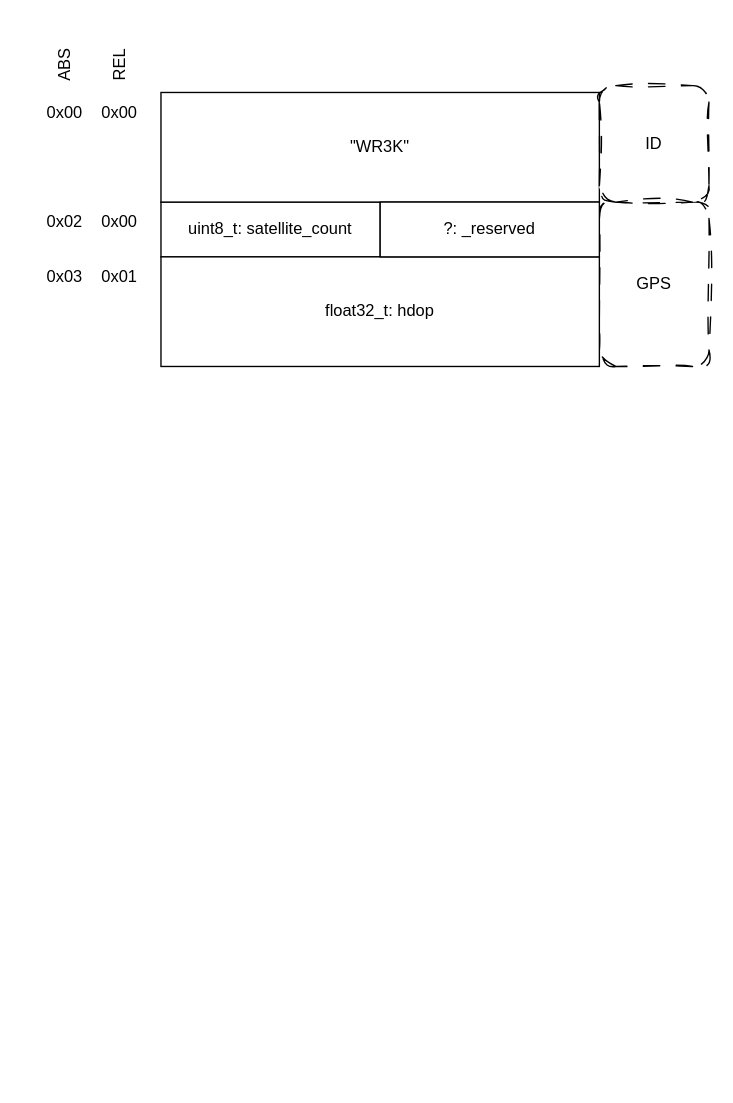
The draw.io diagram AUTO-A113/Ruptures/warc/rig_3000/schemes/modbus_registers.drawio in HoratiuMip/Ad-astra.Made.Not-said, before the edit. Source tidied: cells renumbered, new cells numbered last; positions are measured from the earlier drawing's top-left corner, leaving out a move shared by most shapes. Both pictures are drawn from the tidied source at 137%, with x=0, y=0 at pixel (23, 44).
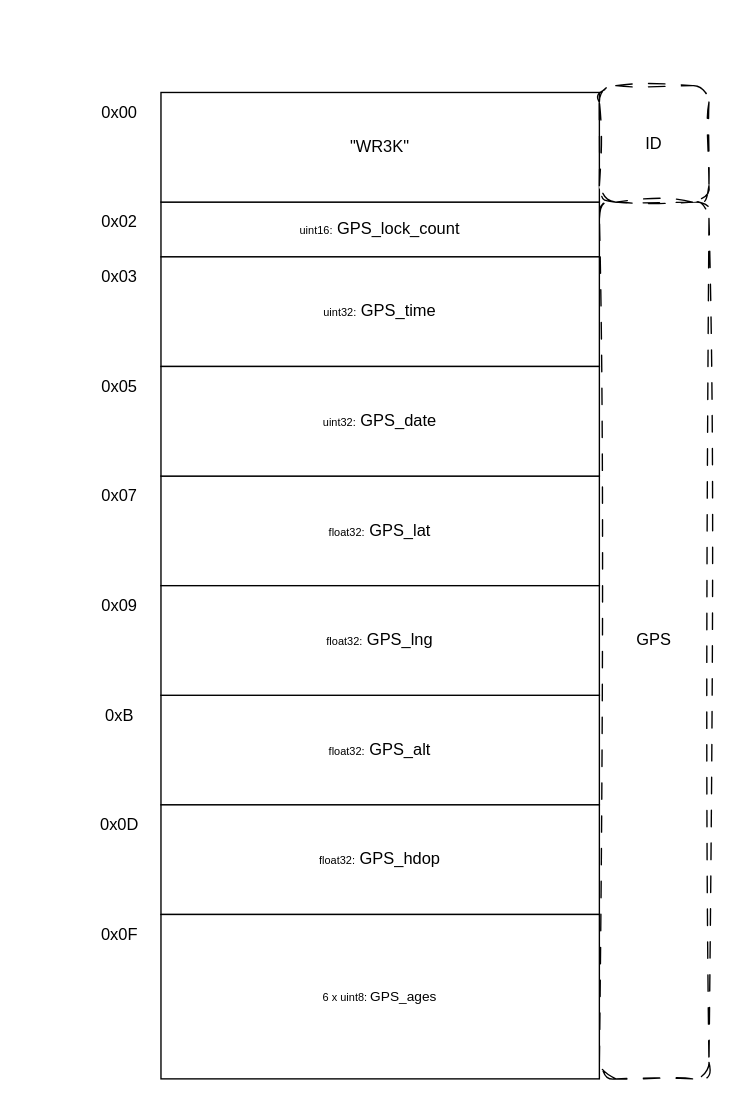
The same page after the edit.

Diff of the diagram source:
```diff
@@
     <mxCell id="2" value="GPS" style="rounded=1;whiteSpace=wrap;html=1;sketch=1;curveFitting=1;jiggle=2;dashed=1;dashPattern=12 12;" parent="1" vertex="1">
-      <mxGeometry x="420" y="115" width="80" height="120" as="geometry" />
+      <mxGeometry x="420" y="115" width="80" height="640" as="geometry" />
     </mxCell>
-    <mxCell id="3" value="uint8_t: satellite_count" style="rounded=0;whiteSpace=wrap;html=1;" parent="1" vertex="1">
-      <mxGeometry x="100" y="115" width="160" height="40" as="geometry" />
+    <mxCell id="3" value="&lt;font style=&quot;font-size: 8px;&quot;&gt;uint16:&lt;/font&gt;&amp;nbsp;GPS_lock_count" style="rounded=0;whiteSpace=wrap;html=1;" parent="1" vertex="1">
+      <mxGeometry x="100" y="115" width="320" height="40" as="geometry" />
     </mxCell>
-    <mxCell id="4" value="float32_t: hdop" style="rounded=0;whiteSpace=wrap;html=1;" parent="1" vertex="1">
-      <mxGeometry x="100" y="155" width="320" height="80" as="geometry" />
+    <mxCell id="4" value="&lt;font style=&quot;font-size: 8px;&quot;&gt;float32:&lt;/font&gt; GPS_alt" style="rounded=0;whiteSpace=wrap;html=1;" parent="1" vertex="1">
+      <mxGeometry x="100" y="475" width="320" height="80" as="geometry" />
     </mxCell>
     <mxCell id="5" value="0x00" style="text;html=1;whiteSpace=wrap;strokeColor=none;fillColor=none;align=center;verticalAlign=middle;rounded=0;" parent="1" vertex="1">
-      <mxGeometry y="35" width="60" height="30" as="geometry" />
+      <mxGeometry x="40" y="35" width="60" height="30" as="geometry" />
     </mxCell>
-    <mxCell id="6" value="0x00" style="text;html=1;whiteSpace=wrap;strokeColor=none;fillColor=none;align=center;verticalAlign=middle;rounded=0;" parent="1" vertex="1">
-      <mxGeometry x="40" y="35" width="60" height="30" as="geometry" />
-    </mxCell>
-    <mxCell id="7" value="ABS" style="text;html=1;whiteSpace=wrap;strokeColor=none;fillColor=none;align=center;verticalAlign=middle;rounded=0;rotation=270;" parent="1" vertex="1">
-      <mxGeometry width="60" height="30" as="geometry" />
-    </mxCell>
-    <mxCell id="8" value="REL" style="text;html=1;whiteSpace=wrap;strokeColor=none;fillColor=none;align=center;verticalAlign=middle;rounded=0;rotation=270;" parent="1" vertex="1">
-      <mxGeometry x="40" width="60" height="30" as="geometry" />
-    </mxCell>
@@
     <mxCell id="11" value="0x02" style="text;html=1;whiteSpace=wrap;strokeColor=none;fillColor=none;align=center;verticalAlign=middle;rounded=0;" parent="1" vertex="1">
-      <mxGeometry y="115" width="60" height="30" as="geometry" />
+      <mxGeometry x="40" y="115" width="60" height="30" as="geometry" />
     </mxCell>
-    <mxCell id="12" value="0x00" style="text;html=1;whiteSpace=wrap;strokeColor=none;fillColor=none;align=center;verticalAlign=middle;rounded=0;" parent="1" vertex="1">
-      <mxGeometry x="40" y="115" width="60" height="30" as="geometry" />
-    </mxCell>
-    <mxCell id="13" value="?: _reserved" style="rounded=0;whiteSpace=wrap;html=1;" parent="1" vertex="1">
-      <mxGeometry x="260" y="115" width="160" height="40" as="geometry" />
-    </mxCell>
     <mxCell id="14" value="0x03" style="text;html=1;whiteSpace=wrap;strokeColor=none;fillColor=none;align=center;verticalAlign=middle;rounded=0;" parent="1" vertex="1">
-      <mxGeometry y="155" width="60" height="30" as="geometry" />
+      <mxGeometry x="40" y="155" width="60" height="30" as="geometry" />
     </mxCell>
-    <mxCell id="15" value="0x01" style="text;html=1;whiteSpace=wrap;strokeColor=none;fillColor=none;align=center;verticalAlign=middle;rounded=0;" parent="1" vertex="1">
-      <mxGeometry x="40" y="155" width="60" height="30" as="geometry" />
-    </mxCell>
+    <mxCell id="16" value="&lt;font style=&quot;font-size: 8px;&quot;&gt;uint32:&lt;/font&gt; GPS_time" style="rounded=0;whiteSpace=wrap;html=1;" parent="1" vertex="1">
+      <mxGeometry x="100" y="155" width="320" height="80" as="geometry" />
+    </mxCell>
+    <mxCell id="17" value="0x05" style="text;html=1;whiteSpace=wrap;strokeColor=none;fillColor=none;align=center;verticalAlign=middle;rounded=0;" parent="1" vertex="1">
+      <mxGeometry x="40" y="235" width="60" height="30" as="geometry" />
+    </mxCell>
+    <mxCell id="18" value="&lt;font style=&quot;font-size: 8px;&quot;&gt;float32:&lt;/font&gt; GPS_lat" style="rounded=0;whiteSpace=wrap;html=1;" parent="1" vertex="1">
+      <mxGeometry x="100" y="315" width="320" height="80" as="geometry" />
+    </mxCell>
+    <mxCell id="19" value="&lt;font style=&quot;font-size: 8px;&quot;&gt;float32:&lt;/font&gt; GPS_lng" style="rounded=0;whiteSpace=wrap;html=1;" parent="1" vertex="1">
+      <mxGeometry x="100" y="395" width="320" height="80" as="geometry" />
+    </mxCell>
+    <mxCell id="20" value="&lt;font style=&quot;font-size: 8px;&quot;&gt;float32:&lt;/font&gt; GPS_hdop" style="rounded=0;whiteSpace=wrap;html=1;" parent="1" vertex="1">
+      <mxGeometry x="100" y="555" width="320" height="80" as="geometry" />
+    </mxCell>
+    <mxCell id="21" value="&lt;font style=&quot;font-size: 8px;&quot;&gt;uint32:&lt;/font&gt; GPS_date" style="rounded=0;whiteSpace=wrap;html=1;" parent="1" vertex="1">
+      <mxGeometry x="100" y="235" width="320" height="80" as="geometry" />
+    </mxCell>
+    <mxCell id="22" value="0x07" style="text;html=1;whiteSpace=wrap;strokeColor=none;fillColor=none;align=center;verticalAlign=middle;rounded=0;" parent="1" vertex="1">
+      <mxGeometry x="40" y="315" width="60" height="30" as="geometry" />
+    </mxCell>
+    <mxCell id="23" value="0x09" style="text;html=1;whiteSpace=wrap;strokeColor=none;fillColor=none;align=center;verticalAlign=middle;rounded=0;" parent="1" vertex="1">
+      <mxGeometry x="40" y="395" width="60" height="30" as="geometry" />
+    </mxCell>
+    <mxCell id="24" value="0xB" style="text;html=1;whiteSpace=wrap;strokeColor=none;fillColor=none;align=center;verticalAlign=middle;rounded=0;" parent="1" vertex="1">
+      <mxGeometry x="40" y="475" width="60" height="30" as="geometry" />
+    </mxCell>
+    <mxCell id="25" value="0x0D" style="text;html=1;whiteSpace=wrap;strokeColor=none;fillColor=none;align=center;verticalAlign=middle;rounded=0;" parent="1" vertex="1">
+      <mxGeometry x="40" y="555" width="60" height="30" as="geometry" />
+    </mxCell>
+    <mxCell id="26" value="&lt;span style=&quot;font-size: 8px;&quot;&gt;6 x uint8: &lt;/span&gt;&lt;font size=&quot;1&quot;&gt;GPS_ages&lt;/font&gt;" style="rounded=0;whiteSpace=wrap;html=1;" parent="1" vertex="1">
+      <mxGeometry x="100" y="635" width="320" height="120" as="geometry" />
+    </mxCell>
+    <mxCell id="27" value="0x0F" style="text;html=1;whiteSpace=wrap;strokeColor=none;fillColor=none;align=center;verticalAlign=middle;rounded=0;" parent="1" vertex="1">
+      <mxGeometry x="40" y="635" width="60" height="30" as="geometry" />
+    </mxCell>
```
